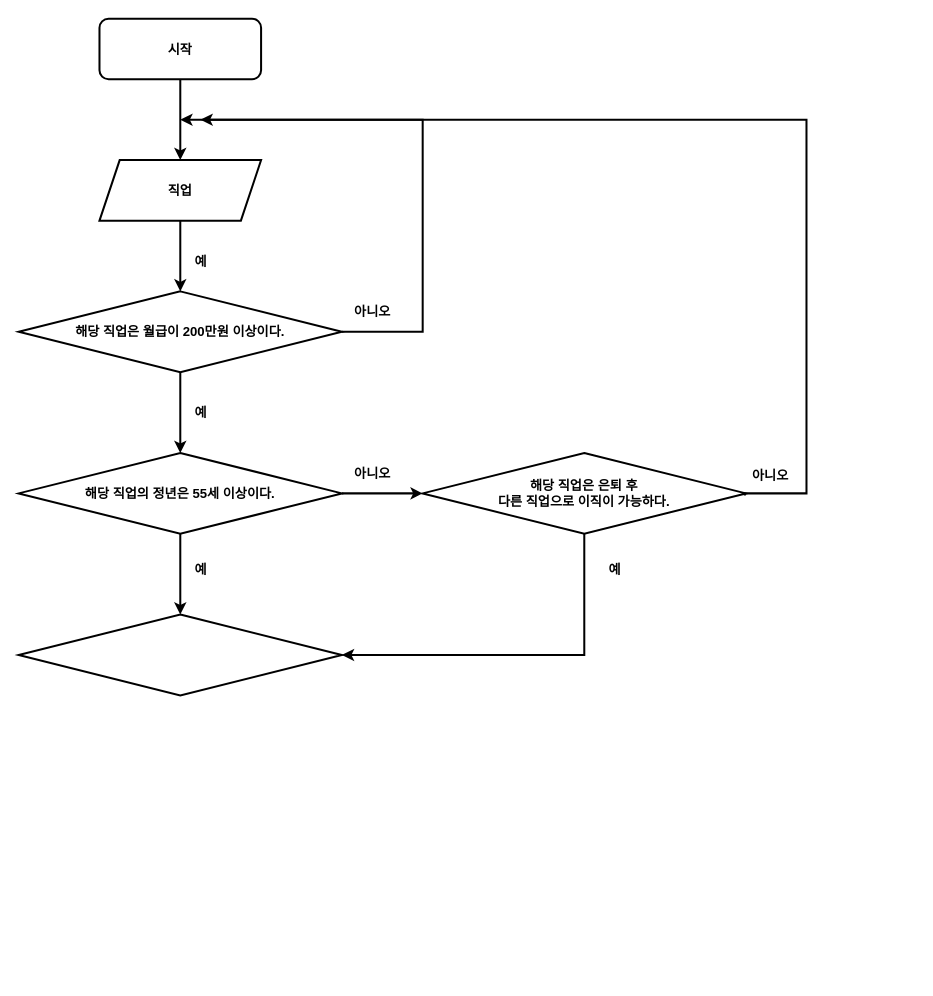
Above: Untitled Diagram.drawio in mindychoi/WEB (draw.io), before the change. Source tidied: cells renumbered, new cells numbered last; positions are measured from the earlier drawing's top-left corner, leaving out a move shared by most shapes. Both pictures are drawn from the tidied source at 101%, with x=0, y=0 at pixel (18, 18).
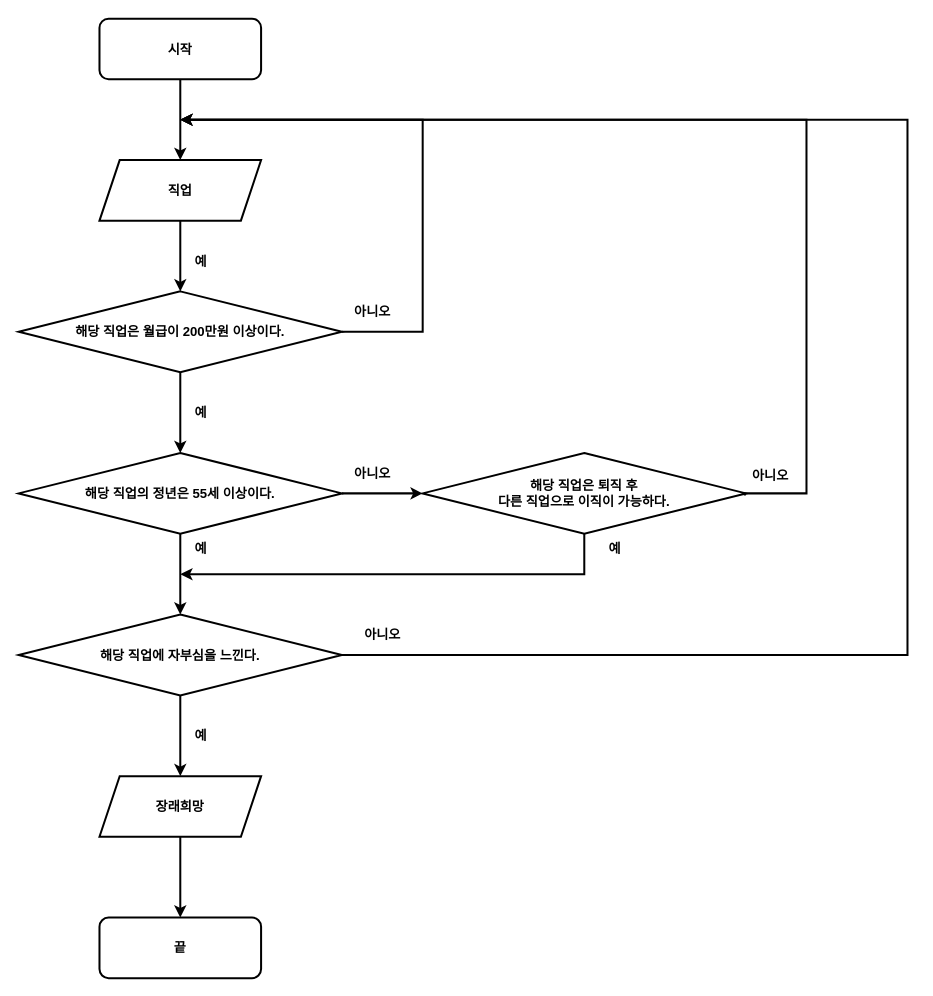
After the change.

The change refers to these unchanged cells:
```xml
<mxCell id="20" value="아니오" style="text;strokeColor=none;fillColor=none;html=1;fontSize=13;fontStyle=1;verticalAlign=middle;align=center;rounded=0;strokeWidth=2;" parent="1" vertex="1">
  <mxGeometry x="694" y="432" width="100" height="40" as="geometry" />
</mxCell>
```

Change to the diagram source:
```diff
@@
-    <mxCell id="12" value="해당 직업은 은퇴 후&lt;br&gt;다른 직업으로 이직이 가능하다." style="rhombus;whiteSpace=wrap;html=1;rounded=0;strokeWidth=2;fontStyle=1;fontSize=13;" parent="1" vertex="1">
+    <mxCell id="12" value="해당 직업은 퇴직 후&lt;br&gt;다른 직업으로 이직이 가능하다." style="rhombus;whiteSpace=wrap;html=1;rounded=0;strokeWidth=2;fontStyle=1;fontSize=13;" parent="1" vertex="1">
       <mxGeometry x="400" y="430" width="320" height="80" as="geometry" />
     </mxCell>
-    <mxCell id="13" style="rhombus;whiteSpace=wrap;html=1;rounded=0;strokeWidth=2;fontStyle=1;fontSize=13;" parent="1" vertex="1">
+    <mxCell id="13" value="해당 직업에 자부심을 느낀다." style="rhombus;whiteSpace=wrap;html=1;rounded=0;strokeWidth=2;fontStyle=1;fontSize=13;" parent="1" vertex="1">
       <mxGeometry y="590" width="320" height="80" as="geometry" />
     </mxCell>
@@
     <mxCell id="16" value="예" style="text;strokeColor=none;fillColor=none;html=1;fontSize=13;fontStyle=1;verticalAlign=middle;align=center;rounded=0;strokeWidth=2;" parent="1" vertex="1">
-      <mxGeometry x="130" y="525" width="100" height="40" as="geometry" />
+      <mxGeometry x="130" y="505" width="100" height="40" as="geometry" />
     </mxCell>
@@
     <mxCell id="19" style="edgeStyle=segmentEdgeStyle;endArrow=classic;html=1;rounded=0;fontSize=13;strokeWidth=2;exitX=0.25;exitY=1;exitDx=0;exitDy=0;" parent="1" edge="1" source="20">
       <mxGeometry relative="1" as="geometry">
-        <mxPoint x="180" y="100" as="targetPoint" />
+        <mxPoint x="160" y="100" as="targetPoint" />
         <Array as="points">
           <mxPoint x="780" y="470" />
           <mxPoint x="780" y="100" />
         </Array>
       </mxGeometry>
     </mxCell>
@@
-    <mxCell id="21" style="edgeStyle=segmentEdgeStyle;endArrow=classic;html=1;rounded=0;fontSize=13;strokeWidth=2;entryX=1;entryY=0.5;entryDx=0;entryDy=0;exitX=0.5;exitY=1;exitDx=0;exitDy=0;" parent="1" edge="1" source="12" target="13">
-      <mxGeometry relative="1" as="geometry">
-        <Array as="points">
-          <mxPoint x="560" y="510" />
-          <mxPoint x="560" y="630" />
-        </Array>
-      </mxGeometry>
-    </mxCell>
     <mxCell id="22" value="예" style="text;strokeColor=none;fillColor=none;html=1;fontSize=13;fontStyle=1;verticalAlign=middle;align=center;rounded=0;strokeWidth=2;" parent="1" vertex="1">
-      <mxGeometry x="540" y="525" width="100" height="40" as="geometry" />
+      <mxGeometry x="540" y="505" width="100" height="40" as="geometry" />
     </mxCell>
+    <mxCell id="23" style="edgeStyle=segmentEdgeStyle;endArrow=classic;html=1;rounded=0;fontSize=13;strokeWidth=2;exitX=0.5;exitY=1;exitDx=0;exitDy=0;" parent="1" edge="1" source="12">
+      <mxGeometry relative="1" as="geometry">
+        <mxPoint x="160" y="550" as="targetPoint" />
+        <Array as="points">
+          <mxPoint x="560" y="550" />
+        </Array>
+      </mxGeometry>
+    </mxCell>
+    <mxCell id="24" style="edgeStyle=orthogonalEdgeStyle;rounded=0;orthogonalLoop=1;jettySize=auto;html=1;strokeWidth=2;fontStyle=1;fontSize=13;" parent="1" edge="1">
+      <mxGeometry relative="1" as="geometry">
+        <mxPoint x="160" y="670" as="sourcePoint" />
+        <mxPoint x="160" y="750" as="targetPoint" />
+      </mxGeometry>
+    </mxCell>
+    <mxCell id="25" value="예" style="text;strokeColor=none;fillColor=none;html=1;fontSize=13;fontStyle=1;verticalAlign=middle;align=center;rounded=0;strokeWidth=2;" parent="1" vertex="1">
+      <mxGeometry x="130" y="690" width="100" height="40" as="geometry" />
+    </mxCell>
+    <mxCell id="26" style="edgeStyle=orthogonalEdgeStyle;rounded=0;jettySize=auto;html=1;fontSize=13;strokeWidth=2;" parent="1" edge="1" source="27" target="28">
+      <mxGeometry relative="1" as="geometry" />
+    </mxCell>
+    <mxCell id="27" value="장래희망" style="shape=parallelogram;perimeter=parallelogramPerimeter;whiteSpace=wrap;html=1;fixedSize=1;rounded=0;strokeWidth=2;fontStyle=1;fontSize=13;" parent="1" vertex="1">
+      <mxGeometry x="80" y="750" width="160" height="60" as="geometry" />
+    </mxCell>
+    <mxCell id="28" value="끝" style="whiteSpace=wrap;html=1;fontSize=13;rounded=1;strokeWidth=2;fontStyle=1;" parent="1" vertex="1">
+      <mxGeometry x="80" y="890" width="160" height="60" as="geometry" />
+    </mxCell>
+    <mxCell id="29" style="edgeStyle=segmentEdgeStyle;endArrow=classic;html=1;rounded=0;fontSize=13;strokeWidth=2;" parent="1" edge="1">
+      <mxGeometry relative="1" as="geometry">
+        <mxPoint x="320" y="630" as="sourcePoint" />
+        <mxPoint x="160" y="100" as="targetPoint" />
+        <Array as="points">
+          <mxPoint x="880" y="630" />
+          <mxPoint x="880" y="100" />
+        </Array>
+      </mxGeometry>
+    </mxCell>
+    <mxCell id="30" value="아니오" style="text;strokeColor=none;fillColor=none;html=1;fontSize=13;fontStyle=1;verticalAlign=middle;align=center;rounded=0;strokeWidth=2;" parent="1" vertex="1">
+      <mxGeometry x="310" y="590" width="100" height="40" as="geometry" />
+    </mxCell>
```
